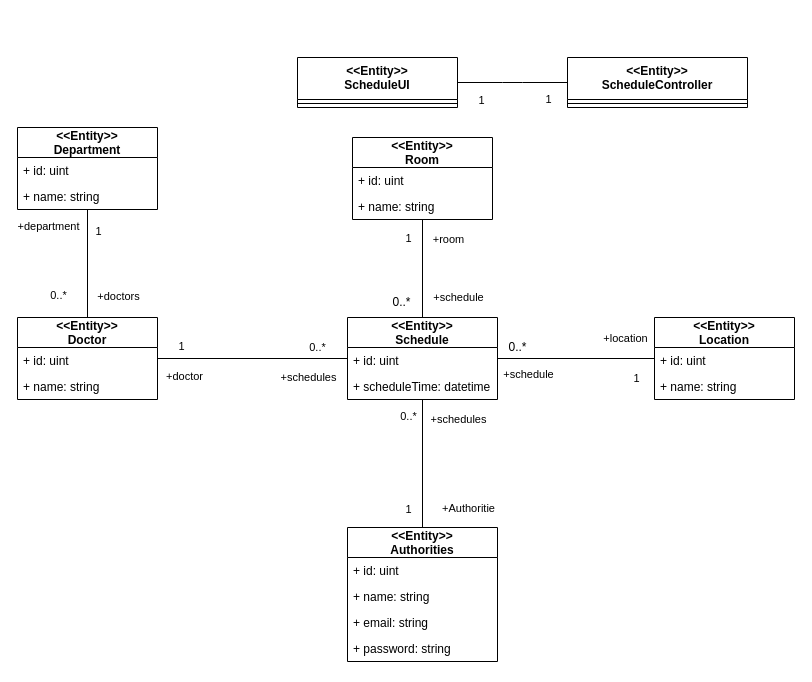
Before: page "Classdiagram" (8 of 10) of ระบบนัดหมาย.drawio in nunpromporn/DoctorSchedule, a draw.io diagram. Source tidied: cells renumbered, new cells numbered last; positions are measured from the earlier drawing's top-left corner, leaving out a move shared by most shapes. Both pictures are drawn from the tidied source at 100%, with x=0, y=0 at pixel (17, 57).
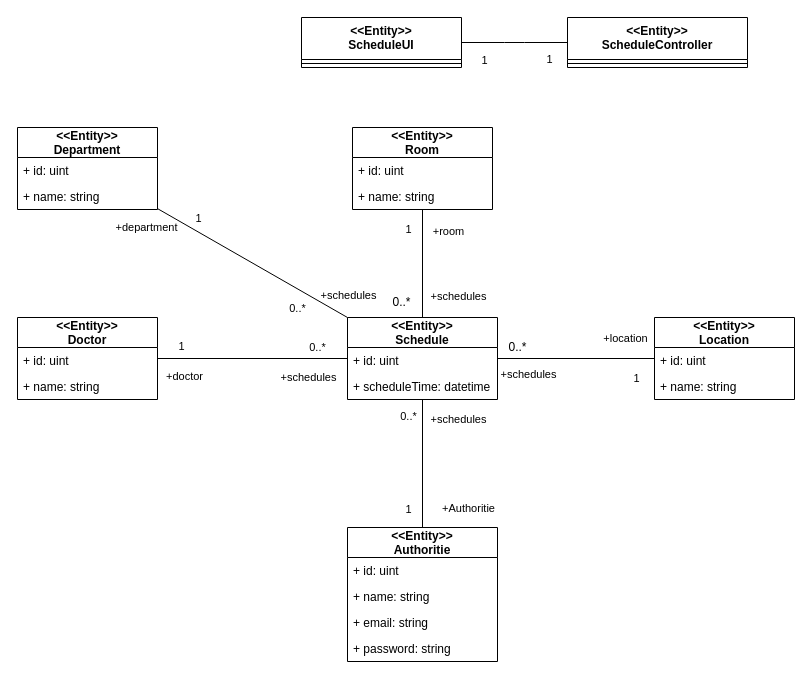
The same page after the edit.

The change refers to these unchanged cells:
```xml
<mxCell id="6" value="&lt;&lt;Entity&gt;&gt;&#10;Department" style="swimlane;fontStyle=1;horizontal=1;startSize=30;fillColor=none;" parent="1" vertex="1">
  <mxGeometry y="70" width="140" height="82" as="geometry" />
</mxCell>
<mxCell id="9" value="&lt;&lt;Entity&gt;&gt;&#10;Doctor" style="swimlane;fontStyle=1;horizontal=1;startSize=30;fillColor=none;" parent="1" vertex="1">
  <mxGeometry y="260" width="140" height="82" as="geometry" />
</mxCell>
<mxCell id="12" value="&lt;&lt;Entity&gt;&gt;&#10;Schedule" style="swimlane;fontStyle=1;horizontal=1;startSize=30;fillColor=none;" parent="1" vertex="1">
  <mxGeometry x="330" y="260" width="150" height="82" as="geometry" />
</mxCell>
<mxCell id="36" style="html=1;endArrow=none;elbow=vertical;rounded=1;" parent="1" edge="1" source="12" target="15">
  <mxGeometry relative="1" as="geometry" />
</mxCell>
<mxCell id="49" style="html=1;endArrow=none;elbow=vertical;rounded=1;exitX=0.5;exitY=0;exitDx=0;exitDy=0;" parent="1" edge="1" source="12" target="48">
  <mxGeometry relative="1" as="geometry" />
</mxCell>
```

Change to the diagram source:
```diff
@@
     <mxCell id="2" value="&lt;&lt;Entity&gt;&gt;&#10;ScheduleUI" style="swimlane;fontStyle=1;align=center;verticalAlign=top;horizontal=1;startSize=42;" parent="1" vertex="1">
-      <mxGeometry x="280" width="160" height="50" as="geometry" />
+      <mxGeometry x="284" y="-40" width="160" height="50" as="geometry" />
     </mxCell>
@@
     <mxCell id="4" value="&lt;&lt;Entity&gt;&gt;&#10;ScheduleController" style="swimlane;fontStyle=1;align=center;verticalAlign=top;horizontal=1;startSize=42;" parent="1" vertex="1">
-      <mxGeometry x="550" width="180" height="50" as="geometry" />
+      <mxGeometry x="550" y="-40" width="180" height="50" as="geometry" />
     </mxCell>
@@
-    <mxCell id="18" value="&lt;&lt;Entity&gt;&gt;&#10;Authorities" style="swimlane;fontStyle=1;horizontal=1;startSize=30;fillColor=none;" parent="1" vertex="1">
+    <mxCell id="18" value="&lt;&lt;Entity&gt;&gt;&#10;Authoritie" style="swimlane;fontStyle=1;horizontal=1;startSize=30;fillColor=none;" parent="1" vertex="1">
       <mxGeometry x="330" y="470" width="150" height="134" as="geometry" />
     </mxCell>
@@
-    <mxCell id="26" style="html=1;endArrow=none;elbow=vertical;rounded=1;" parent="1" edge="1" source="6" target="9">
+    <mxCell id="26" style="html=1;endArrow=none;elbow=vertical;rounded=1;entryX=0;entryY=0;entryDx=0;entryDy=0;" parent="1" edge="1" source="6" target="12">
       <mxGeometry relative="1" as="geometry" />
     </mxCell>
     <mxCell id="27" value="+department" style="edgeLabel;html=1;align=center;verticalAlign=middle;" parent="26" vertex="1">
       <mxGeometry x="-0.71" y="-1" relative="1" as="geometry">
-        <mxPoint x="-39" as="offset" />
+        <mxPoint x="-39" y="2" as="offset" />
       </mxGeometry>
     </mxCell>
     <mxCell id="28" value="1" style="edgeLabel;html=1;align=center;verticalAlign=middle;" parent="26" vertex="1">
       <mxGeometry x="-0.58" y="-2" relative="1" as="geometry">
-        <mxPoint x="12" y="-2" as="offset" />
+        <mxPoint x="2" y="-15" as="offset" />
       </mxGeometry>
     </mxCell>
     <mxCell id="29" value="0..*" style="edgeLabel;html=1;align=center;verticalAlign=middle;" parent="26" vertex="1">
       <mxGeometry x="0.58" y="1" relative="1" as="geometry">
-        <mxPoint x="-31" as="offset" />
+        <mxPoint x="-11" y="14" as="offset" />
       </mxGeometry>
     </mxCell>
-    <mxCell id="30" value="+doctors" style="edgeLabel;html=1;align=center;verticalAlign=middle;" parent="26" vertex="1">
+    <mxCell id="30" value="+schedules" style="edgeLabel;html=1;align=center;verticalAlign=middle;" parent="26" vertex="1">
       <mxGeometry x="0.6" y="1" relative="1" as="geometry">
-        <mxPoint x="29" as="offset" />
+        <mxPoint x="38" as="offset" />
       </mxGeometry>
     </mxCell>
@@
-    <mxCell id="37" value="+schedule" style="edgeLabel;html=1;align=center;verticalAlign=middle;" parent="36" vertex="1">
+    <mxCell id="37" value="+schedules" style="edgeLabel;html=1;align=center;verticalAlign=middle;" parent="36" vertex="1">
       <mxGeometry x="-0.86" relative="1" as="geometry">
         <mxPoint x="19" y="15" as="offset" />
       </mxGeometry>
     </mxCell>
@@
     <mxCell id="46" value="&lt;&lt;Entity&gt;&gt;&#10;Room" style="swimlane;fontStyle=1;horizontal=1;startSize=30;fillColor=none;" parent="1" vertex="1">
-      <mxGeometry x="335" y="80" width="140" height="82" as="geometry" />
+      <mxGeometry x="335" y="70" width="140" height="82" as="geometry" />
     </mxCell>
@@
-    <mxCell id="50" value="+schedule" style="edgeLabel;html=1;align=center;verticalAlign=middle;" parent="49" vertex="1">
+    <mxCell id="50" value="+schedules" style="edgeLabel;html=1;align=center;verticalAlign=middle;" parent="49" vertex="1">
       <mxGeometry x="-0.86" relative="1" as="geometry">
         <mxPoint x="35" y="-14" as="offset" />
       </mxGeometry>
     </mxCell>
```
